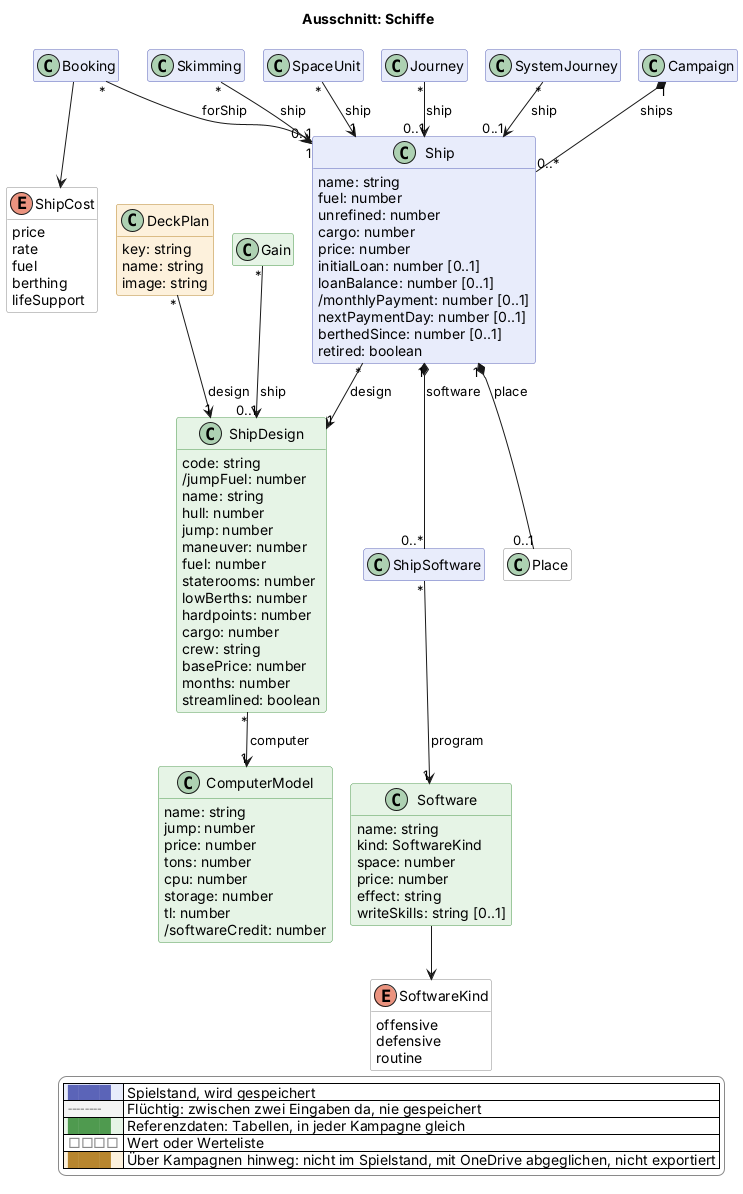
This is docs/views/schiffe.png from scuzzar/SRE, a PlantUML export, as it was before one commit.
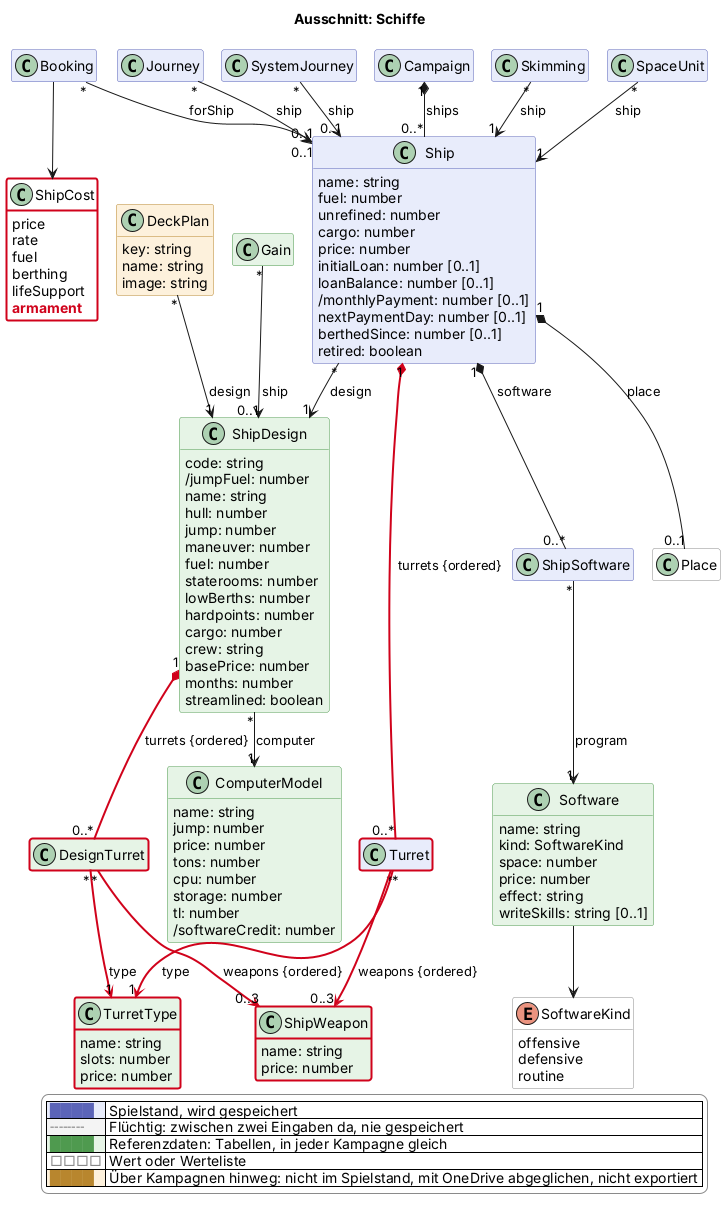
After the change.

Diff of the diagram source:
```diff
@@ -91,8 +91,22 @@
     fuel
     berthing
     lifeSupport
+    $new("2026-11-21c", "armament")
   }
   class ShipSoftware $schiffe {
+  }
+  class Turret $schiffe $newClass("2026-11-21c") {
+  }
+  class DesignTurret <<reference>> $schiffe $newClass("2026-11-21c") {
+  }
+  class TurretType <<reference>> $schiffe $newClass("2026-11-21c") {
+    name: string
+    slots: number
+    price: number
+  }
+  class ShipWeapon <<reference>> $schiffe $newClass("2026-11-21c") {
+    name: string
+    price: number
   }
   class ShipDesign <<reference>> $schiffe {
     code: string
@@ -160,6 +174,12 @@
 Ship "1" *-- "0..*" ShipSoftware : software
 Ship "1" *-- "0..1" Place : place
 ShipSoftware "*" --> "1" Software : program
+Ship "1" *-$newArrow("2026-11-21c")- "0..*" Turret : turrets {ordered}
+Turret "*" -$newArrow("2026-11-21c")-> "1" TurretType : type
+Turret "*" -$newArrow("2026-11-21c")-> "0..3" ShipWeapon : weapons {ordered}
+ShipDesign "1" *-$newArrow("2026-11-21c")- "0..*" DesignTurret : turrets {ordered}
+DesignTurret "*" -$newArrow("2026-11-21c")-> "1" TurretType : type
+DesignTurret "*" -$newArrow("2026-11-21c")-> "0..3" ShipWeapon : weapons {ordered}
 Software --> SoftwareKind
 ShipDesign "*" --> "1" ComputerModel : computer
 Booking "*" --> "0..1" Ship : forShip
@@ -191,4 +211,5 @@
   |<#ffffff> <color:#8a8a8a>□□□□</color> | Wert oder Werteliste |
   |<#fdf1dc> <color:#b8862e>████</color> | Über Kampagnen hinweg: nicht im Spielstand, mit OneDrive abgeglichen, nicht exportiert |
 endlegend
+class ShipCost #line:d0021b;line.bold
 @enduml
```
